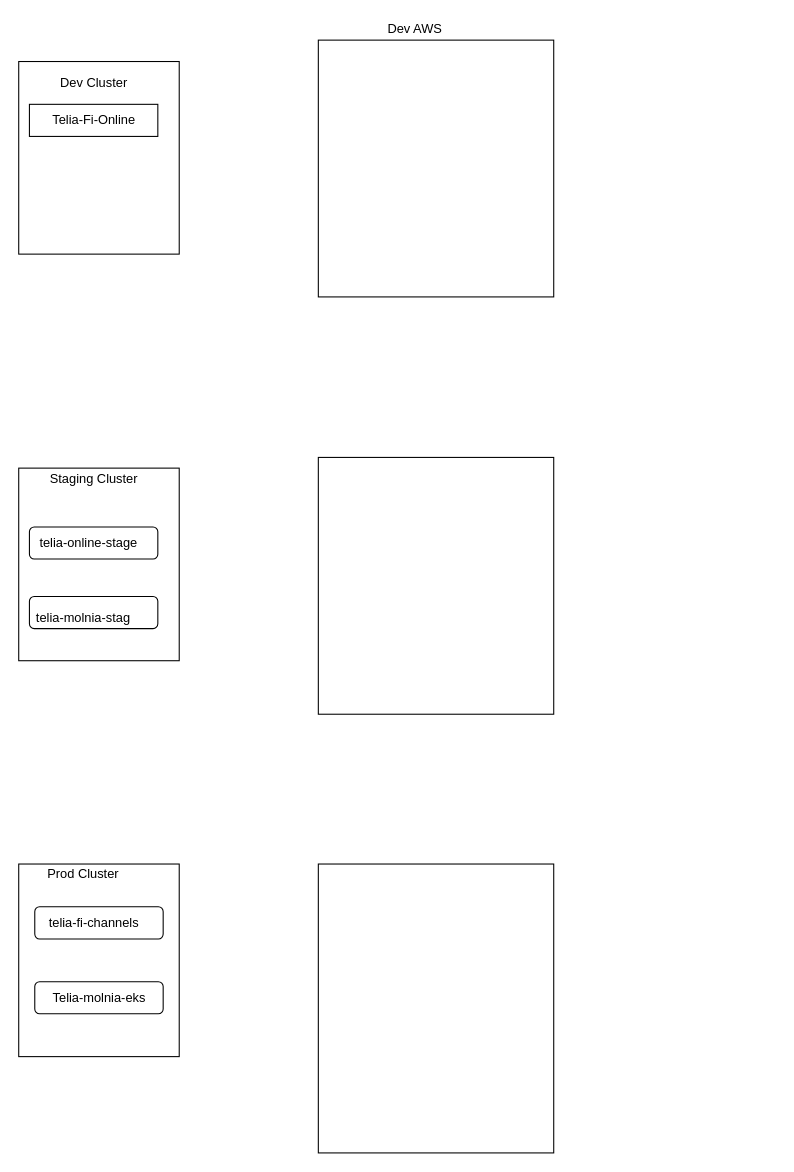
This is Untitled Diagram.drawio from Samit7069/mygitrep, a draw.io file, before an edit. Source tidied: cells renumbered, new cells numbered last; positions are measured from the earlier drawing's top-left corner, leaving out a move shared by most shapes. Both pictures are drawn from the tidied source at 107%, with x=0, y=0 at pixel (18, 18).
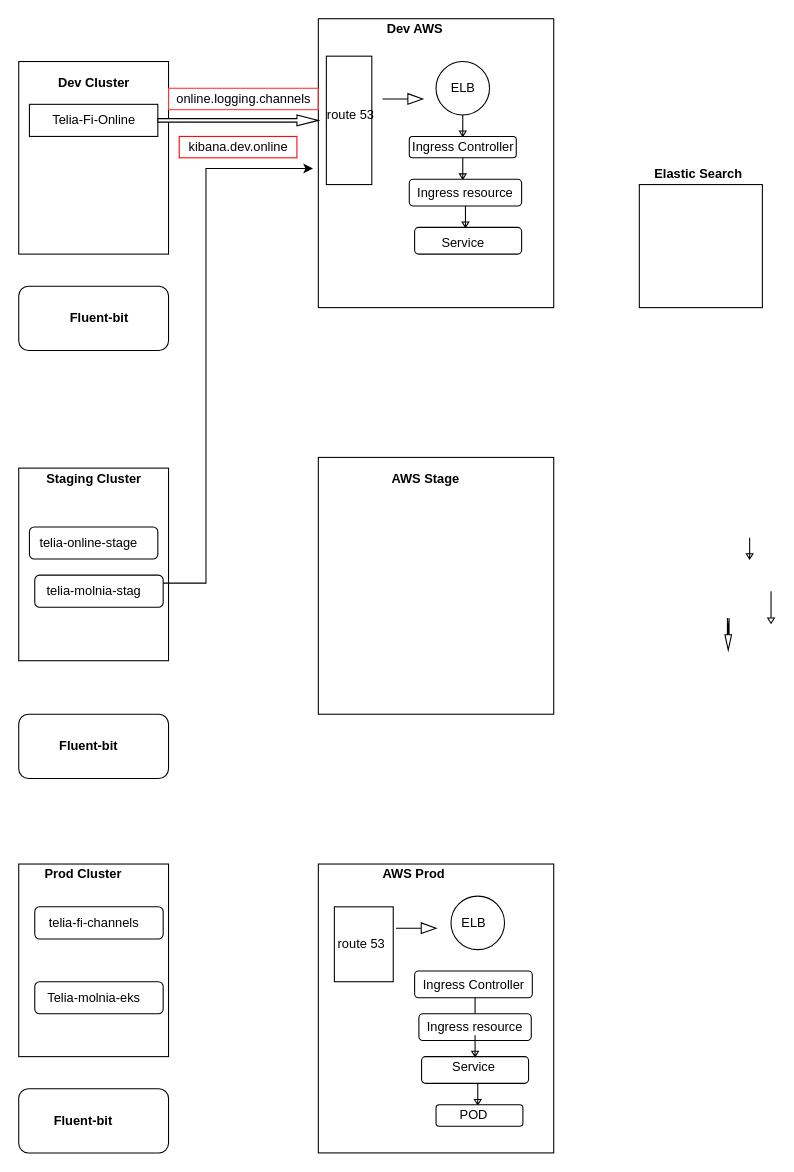
After the change.

Commit message:
kibana_set_up

Change to the diagram source:
```diff
@@
     <mxCell id="2" style="rounded=0;whiteSpace=wrap;html=1;" parent="1" vertex="1">
-      <mxGeometry y="40" width="150" height="180" as="geometry" />
+      <mxGeometry y="40" width="140" height="180" as="geometry" />
     </mxCell>
     <mxCell id="3" style="rounded=0;whiteSpace=wrap;html=1;" parent="1" vertex="1">
-      <mxGeometry y="790" width="150" height="180" as="geometry" />
+      <mxGeometry y="790" width="140" height="180" as="geometry" />
     </mxCell>
     <mxCell id="4" style="rounded=0;whiteSpace=wrap;html=1;" parent="1" vertex="1">
-      <mxGeometry y="420" width="150" height="180" as="geometry" />
+      <mxGeometry y="420" width="140" height="180" as="geometry" />
     </mxCell>
@@
-    <mxCell id="7" style="rounded=0;whiteSpace=wrap;html=1;" parent="1" vertex="1">
-      <mxGeometry x="280" y="20" width="220" height="240" as="geometry" />
+    <mxCell id="7" style="rounded=0;whiteSpace=wrap;html=1;fillColor=#FFFFFF;" parent="1" vertex="1">
+      <mxGeometry x="280" width="220" height="270" as="geometry" />
     </mxCell>
@@
-    <mxCell id="9" value="Dev Cluster" style="text;html=1;align=center;verticalAlign=middle;fillColor=none;strokeColor=none;rounded=0;" parent="1" vertex="1">
+    <mxCell id="9" value="Dev Cluster" style="text;html=1;align=center;verticalAlign=middle;fillColor=none;strokeColor=none;rounded=0;fontStyle=1;" parent="1" vertex="1">
       <mxGeometry x="30" y="50" width="80" height="20" as="geometry" />
     </mxCell>
@@
-    <mxCell id="11" value="Staging Cluster" style="text;html=1;align=center;verticalAlign=middle;fillColor=none;strokeColor=none;rounded=0;" parent="1" vertex="1">
+    <mxCell id="11" value="Staging Cluster" style="text;html=1;align=center;verticalAlign=middle;fillColor=none;strokeColor=none;rounded=0;fontStyle=1;" parent="1" vertex="1">
       <mxGeometry x="20" y="420" width="100" height="20" as="geometry" />
     </mxCell>
@@
     <mxCell id="13" style="rounded=1;whiteSpace=wrap;html=1;" parent="1" vertex="1">
-      <mxGeometry x="10" y="540" width="120" height="30" as="geometry" />
+      <mxGeometry x="15" y="520" width="120" height="30" as="geometry" />
     </mxCell>
@@
     <mxCell id="15" value="telia-molnia-stag" style="text;html=1;align=center;verticalAlign=middle;fillColor=none;strokeColor=none;rounded=0;" parent="1" vertex="1">
-      <mxGeometry x="10" y="550" width="100" height="20" as="geometry" />
+      <mxGeometry x="20" y="525" width="100" height="20" as="geometry" />
     </mxCell>
-    <mxCell id="16" value="Prod Cluster" style="text;html=1;align=center;verticalAlign=middle;fillColor=none;strokeColor=none;rounded=0;" parent="1" vertex="1">
-      <mxGeometry x="20" y="790" width="80" height="20" as="geometry" />
+    <mxCell id="16" value="Prod Cluster" style="text;html=1;align=center;verticalAlign=middle;fillColor=none;strokeColor=none;rounded=0;fontStyle=1;" parent="1" vertex="1">
+      <mxGeometry x="15" y="790" width="90" height="20" as="geometry" />
     </mxCell>
@@
     <mxCell id="20" value="Telia-molnia-eks" style="text;html=1;align=center;verticalAlign=middle;fillColor=none;strokeColor=none;rounded=0;" parent="1" vertex="1">
-      <mxGeometry x="25" y="905" width="100" height="20" as="geometry" />
+      <mxGeometry x="20" y="905" width="100" height="20" as="geometry" />
     </mxCell>
-    <mxCell id="21" value="Dev AWS" style="text;html=1;align=center;verticalAlign=middle;fillColor=none;strokeColor=none;rounded=0;" parent="1" vertex="1">
+    <mxCell id="21" value="Dev AWS" style="text;html=1;align=center;verticalAlign=middle;fillColor=none;strokeColor=none;rounded=0;fontStyle=1;" parent="1" vertex="1">
       <mxGeometry x="335" width="70" height="20" as="geometry" />
     </mxCell>
+    <mxCell id="22" style="html=1;shadow=0;dashed=0;align=center;verticalAlign=middle;shape=mxgraph.arrows2.arrow;dy=0.67;dx=20;notch=0;" parent="1" vertex="1">
+      <mxGeometry x="130" y="90" width="150" height="10" as="geometry" />
+    </mxCell>
+    <mxCell id="23" value="online.logging.channels" style="text;html=1;align=center;verticalAlign=middle;fillColor=none;strokeColor=#FF3333;rounded=0;" parent="1" vertex="1">
+      <mxGeometry x="140" y="65" width="140" height="20" as="geometry" />
+    </mxCell>
+    <mxCell id="24" style="rounded=0;whiteSpace=wrap;html=1;" parent="1" vertex="1">
+      <mxGeometry x="287.5" y="35" width="42.5" height="120" as="geometry" />
+    </mxCell>
+    <mxCell id="25" value="route 53" style="text;html=1;align=center;verticalAlign=middle;fillColor=none;strokeColor=none;rounded=0;" parent="1" vertex="1">
+      <mxGeometry x="280" y="80" width="60" height="20" as="geometry" />
+    </mxCell>
+    <mxCell id="26" style="html=1;shadow=0;dashed=0;align=center;verticalAlign=middle;shape=mxgraph.arrows2.arrow;dy=1;dx=13.83;notch=0;" parent="1" vertex="1">
+      <mxGeometry x="340" y="70" width="37.5" height="10" as="geometry" />
+    </mxCell>
+    <mxCell id="27" style="ellipse;whiteSpace=wrap;html=1;" parent="1" vertex="1">
+      <mxGeometry x="390" y="40" width="50" height="50" as="geometry" />
+    </mxCell>
+    <mxCell id="28" value="ELB" style="text;html=1;align=center;verticalAlign=middle;fillColor=none;strokeColor=none;rounded=0;" parent="1" vertex="1">
+      <mxGeometry x="395" y="55" width="40" height="20" as="geometry" />
+    </mxCell>
+    <mxCell id="29" style="html=1;shadow=0;dashed=0;align=center;verticalAlign=middle;shape=mxgraph.arrows2.arrow;dy=1;dx=5;direction=south;notch=25;" parent="1" vertex="1">
+      <mxGeometry x="411.9" y="90" width="6.2" height="20" as="geometry" />
+    </mxCell>
+    <mxCell id="30" style="html=1;shadow=0;dashed=0;align=center;verticalAlign=middle;shape=mxgraph.arrows2.arrow;dy=0.75;dx=14.33;direction=south;notch=15.67;" parent="1" vertex="1">
+      <mxGeometry x="660" y="560" width="6.2" height="30" as="geometry" />
+    </mxCell>
+    <mxCell id="31" style="html=1;shadow=0;dashed=0;align=center;verticalAlign=middle;shape=mxgraph.arrows2.arrow;dy=1;dx=5;direction=south;notch=25;" parent="1" vertex="1">
+      <mxGeometry x="700" y="535" width="6.2" height="30" as="geometry" />
+    </mxCell>
+    <mxCell id="32" style="html=1;shadow=0;dashed=0;align=center;verticalAlign=middle;shape=mxgraph.arrows2.arrow;dy=1;dx=5;direction=south;notch=25;" parent="1" vertex="1">
+      <mxGeometry x="680" y="485" width="6.2" height="20" as="geometry" />
+    </mxCell>
+    <mxCell id="33" style="rounded=1;whiteSpace=wrap;html=1;" parent="1" vertex="1">
+      <mxGeometry x="365" y="110" width="100" height="20" as="geometry" />
+    </mxCell>
+    <mxCell id="34" value="Ingress Controller" style="text;html=1;align=center;verticalAlign=middle;fillColor=none;strokeColor=none;rounded=0;" parent="1" vertex="1">
+      <mxGeometry x="360" y="110" width="110" height="20" as="geometry" />
+    </mxCell>
+    <mxCell id="35" style="html=1;shadow=0;dashed=0;align=center;verticalAlign=middle;shape=mxgraph.arrows2.arrow;dy=1;dx=5;direction=south;notch=25;" parent="1" vertex="1">
+      <mxGeometry x="411.9" y="130" width="6.2" height="20" as="geometry" />
+    </mxCell>
+    <mxCell id="36" value="Ingress resource" style="rounded=1;whiteSpace=wrap;html=1;" parent="1" vertex="1">
+      <mxGeometry x="365" y="150" width="105" height="25" as="geometry" />
+    </mxCell>
+    <mxCell id="37" style="edgeStyle=orthogonalEdgeStyle;rounded=0;jettySize=auto;html=1;exitX=0;exitY=0;exitDx=12.5;exitDy=3.125;exitPerimeter=0;entryX=0.614;entryY=0.694;entryDx=0;entryDy=0;entryPerimeter=0;" parent="1" edge="1" target="7">
+      <mxGeometry relative="1" as="geometry">
+        <mxPoint x="415" y="187.5" as="sourcePoint" />
+      </mxGeometry>
+    </mxCell>
+    <mxCell id="38" style="html=1;shadow=0;dashed=0;align=center;verticalAlign=middle;shape=mxgraph.arrows2.arrow;dy=1;dx=5;direction=south;notch=25;" parent="1" vertex="1">
+      <mxGeometry x="414.4" y="175" width="6.2" height="20" as="geometry" />
+    </mxCell>
+    <mxCell id="39" style="rounded=1;whiteSpace=wrap;html=1;" parent="1" vertex="1">
+      <mxGeometry x="370" y="195" width="100" height="25" as="geometry" />
+    </mxCell>
+    <mxCell id="40" value="Service" style="text;html=1;align=center;verticalAlign=middle;fillColor=none;strokeColor=none;rounded=0;" parent="1" vertex="1">
+      <mxGeometry x="385" y="200" width="60" height="20" as="geometry" />
+    </mxCell>
+    <mxCell id="41" style="rounded=1;whiteSpace=wrap;html=1;" parent="1" vertex="1">
+      <mxGeometry y="250" width="140" height="60" as="geometry" />
+    </mxCell>
+    <mxCell id="42" style="rounded=1;whiteSpace=wrap;html=1;" parent="1" vertex="1">
+      <mxGeometry y="1000" width="140" height="60" as="geometry" />
+    </mxCell>
+    <mxCell id="43" style="rounded=1;whiteSpace=wrap;html=1;" parent="1" vertex="1">
+      <mxGeometry y="650" width="140" height="60" as="geometry" />
+    </mxCell>
+    <mxCell id="44" value="Fluent-bit" style="text;html=1;align=center;verticalAlign=middle;fillColor=none;strokeColor=none;rounded=0;fontStyle=1;" parent="1" vertex="1">
+      <mxGeometry x="40" y="270" width="70" height="20" as="geometry" />
+    </mxCell>
+    <mxCell id="45" value="Fluent-bit" style="text;html=1;align=center;verticalAlign=middle;fillColor=none;strokeColor=none;rounded=0;fontStyle=1;" parent="1" vertex="1">
+      <mxGeometry x="25" y="1020" width="70" height="20" as="geometry" />
+    </mxCell>
+    <mxCell id="46" value="Fluent-bit" style="text;html=1;align=center;verticalAlign=middle;fillColor=none;strokeColor=none;rounded=0;fontStyle=1;" parent="1" vertex="1">
+      <mxGeometry x="30" y="670" width="70" height="20" as="geometry" />
+    </mxCell>
+    <mxCell id="47" style="rounded=0;whiteSpace=wrap;html=1;" parent="1" vertex="1">
+      <mxGeometry x="295" y="830" width="55" height="70" as="geometry" />
+    </mxCell>
+    <mxCell id="48" value="AWS Stage" style="text;html=1;align=center;verticalAlign=middle;fillColor=none;strokeColor=none;rounded=0;fontStyle=1;" parent="1" vertex="1">
+      <mxGeometry x="340" y="420" width="80" height="20" as="geometry" />
+    </mxCell>
+    <mxCell id="49" value="AWS Prod" style="text;html=1;align=center;verticalAlign=middle;fillColor=none;strokeColor=none;rounded=0;fontStyle=1;" parent="1" vertex="1">
+      <mxGeometry x="334" y="790" width="70" height="20" as="geometry" />
+    </mxCell>
+    <mxCell id="50" value="route 53" style="text;html=1;align=center;verticalAlign=middle;fillColor=none;strokeColor=none;rounded=0;" parent="1" vertex="1">
+      <mxGeometry x="290" y="855" width="60" height="20" as="geometry" />
+    </mxCell>
+    <mxCell id="51" style="html=1;shadow=0;dashed=0;align=center;verticalAlign=middle;shape=mxgraph.arrows2.arrow;dy=1;dx=13.83;notch=0;" parent="1" vertex="1">
+      <mxGeometry x="352.5" y="845" width="37.5" height="10" as="geometry" />
+    </mxCell>
+    <mxCell id="52" style="ellipse;whiteSpace=wrap;html=1;" parent="1" vertex="1">
+      <mxGeometry x="404" y="820" width="50" height="50" as="geometry" />
+    </mxCell>
+    <mxCell id="53" value="ELB" style="text;html=1;align=center;verticalAlign=middle;fillColor=none;strokeColor=none;rounded=0;" parent="1" vertex="1">
+      <mxGeometry x="405" y="835" width="40" height="20" as="geometry" />
+    </mxCell>
+    <mxCell id="54" style="edgeStyle=orthogonalEdgeStyle;rounded=0;jettySize=auto;html=1;" parent="1" edge="1" source="55" target="58">
+      <mxGeometry relative="1" as="geometry" />
+    </mxCell>
+    <mxCell id="55" value="Ingress resource" style="rounded=1;whiteSpace=wrap;html=1;" parent="1" vertex="1">
+      <mxGeometry x="374" y="930" width="105" height="25" as="geometry" />
+    </mxCell>
+    <mxCell id="56" style="rounded=1;whiteSpace=wrap;html=1;" parent="1" vertex="1">
+      <mxGeometry x="376.5" y="970" width="100" height="25" as="geometry" />
+    </mxCell>
+    <mxCell id="57" value="Service" style="text;html=1;align=center;verticalAlign=middle;fillColor=none;strokeColor=none;rounded=0;" parent="1" vertex="1">
+      <mxGeometry x="395" y="970" width="60" height="20" as="geometry" />
+    </mxCell>
+    <mxCell id="58" style="rounded=1;whiteSpace=wrap;html=1;" parent="1" vertex="1">
+      <mxGeometry x="370" y="890" width="110" height="25" as="geometry" />
+    </mxCell>
+    <mxCell id="59" value="Ingress Controller" style="text;html=1;align=center;verticalAlign=middle;fillColor=none;strokeColor=none;rounded=0;" parent="1" vertex="1">
+      <mxGeometry x="370" y="892.5" width="110" height="20" as="geometry" />
+    </mxCell>
+    <mxCell id="60" style="html=1;shadow=0;dashed=0;align=center;verticalAlign=middle;shape=mxgraph.arrows2.arrow;dy=1;dx=5;direction=south;notch=25;" parent="1" vertex="1">
+      <mxGeometry x="423.4" y="950" width="6.2" height="20" as="geometry" />
+    </mxCell>
+    <mxCell id="61" style="html=1;shadow=0;dashed=0;align=center;verticalAlign=middle;shape=mxgraph.arrows2.arrow;dy=1;dx=5;direction=south;notch=25;" parent="1" vertex="1">
+      <mxGeometry x="425.9" y="995" width="6.2" height="20" as="geometry" />
+    </mxCell>
+    <mxCell id="62" style="rounded=1;whiteSpace=wrap;html=1;" parent="1" vertex="1">
+      <mxGeometry x="390" y="1015" width="81.2" height="20" as="geometry" />
+    </mxCell>
+    <mxCell id="63" value="POD" style="text;html=1;align=center;verticalAlign=middle;fillColor=none;strokeColor=none;rounded=0;" parent="1" vertex="1">
+      <mxGeometry x="405" y="1015" width="40" height="20" as="geometry" />
+    </mxCell>
+    <mxCell id="64" style="edgeStyle=elbowEdgeStyle;elbow=horizontal;endArrow=classic;html=1;rounded=0;exitX=1;exitY=0.25;exitDx=0;exitDy=0;" parent="1" edge="1" source="13">
+      <mxGeometry relative="1" as="geometry">
+        <mxPoint x="275" y="140" as="targetPoint" />
+        <Array as="points">
+          <mxPoint x="175" y="380" />
+        </Array>
+      </mxGeometry>
+    </mxCell>
+    <mxCell id="65" value="kibana.dev.online" style="text;html=1;align=center;verticalAlign=middle;fillColor=none;strokeColor=#FF0000;rounded=0;" parent="1" vertex="1">
+      <mxGeometry x="150" y="110" width="110" height="20" as="geometry" />
+    </mxCell>
+    <mxCell id="66" style="whiteSpace=wrap;html=1;strokeColor=#000000;" parent="1" vertex="1">
+      <mxGeometry x="580" y="155" width="115" height="115" as="geometry" />
+    </mxCell>
+    <mxCell id="67" value="Elastic Search" style="text;html=1;align=center;verticalAlign=middle;fillColor=none;strokeColor=none;rounded=0;fontStyle=1;" parent="1" vertex="1">
+      <mxGeometry x="585" y="135" width="100" height="20" as="geometry" />
+    </mxCell>
```
